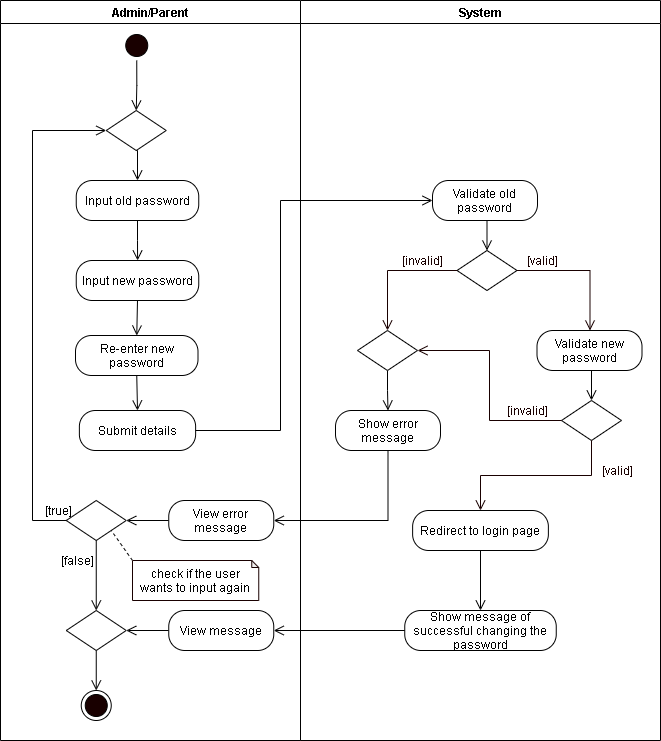
Above: REVISIONS/UML-DIAGRAMS/6-28-2021/ACTIVITY DIAGRAM/5-Change Password.png in mrklglsn/CAPSTONE-FILES (draw.io), before the change. Source tidied: cells renumbered, new cells last; positions are measured from the earlier drawing's top-left corner, leaving out a move shared by most shapes.
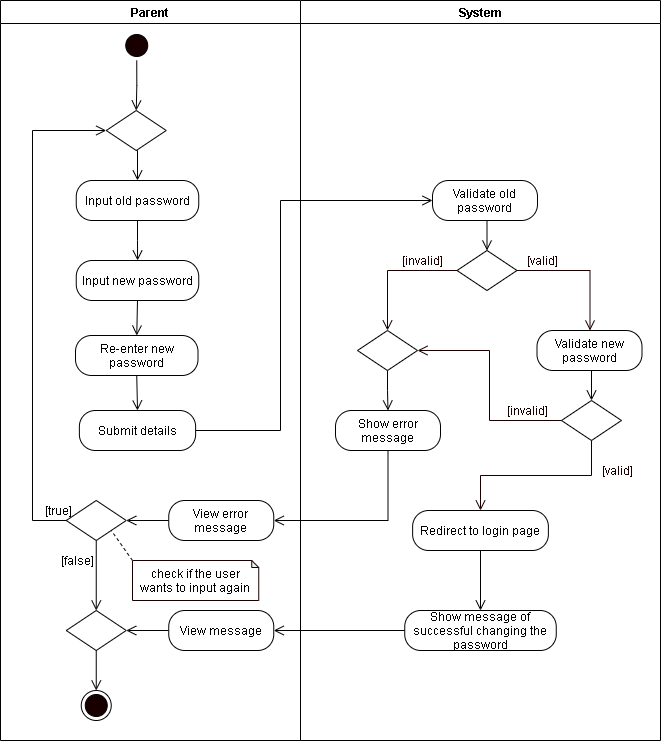
Above is the later version.

The edit, as a diff of the source:
```diff
@@ -2,7 +2,7 @@
   <root>
     <mxCell id="0" />
     <mxCell id="1" parent="0" />
-    <mxCell id="2" value="Admin/Parent" style="swimlane;startSize=23;" parent="1" vertex="1">
+    <mxCell id="2" value="Parent" style="swimlane;startSize=23;" parent="1" vertex="1">
       <mxGeometry width="300" height="740" as="geometry" />
     </mxCell>
     <mxCell id="3" style="edgeStyle=orthogonalEdgeStyle;rounded=0;jettySize=auto;html=1;exitX=0.5;exitY=1;exitDx=0;exitDy=0;entryX=0.5;entryY=0;entryDx=0;entryDy=0;endArrow=open;endFill=0;endSize=8;" parent="2" edge="1" source="4" target="9">
```
